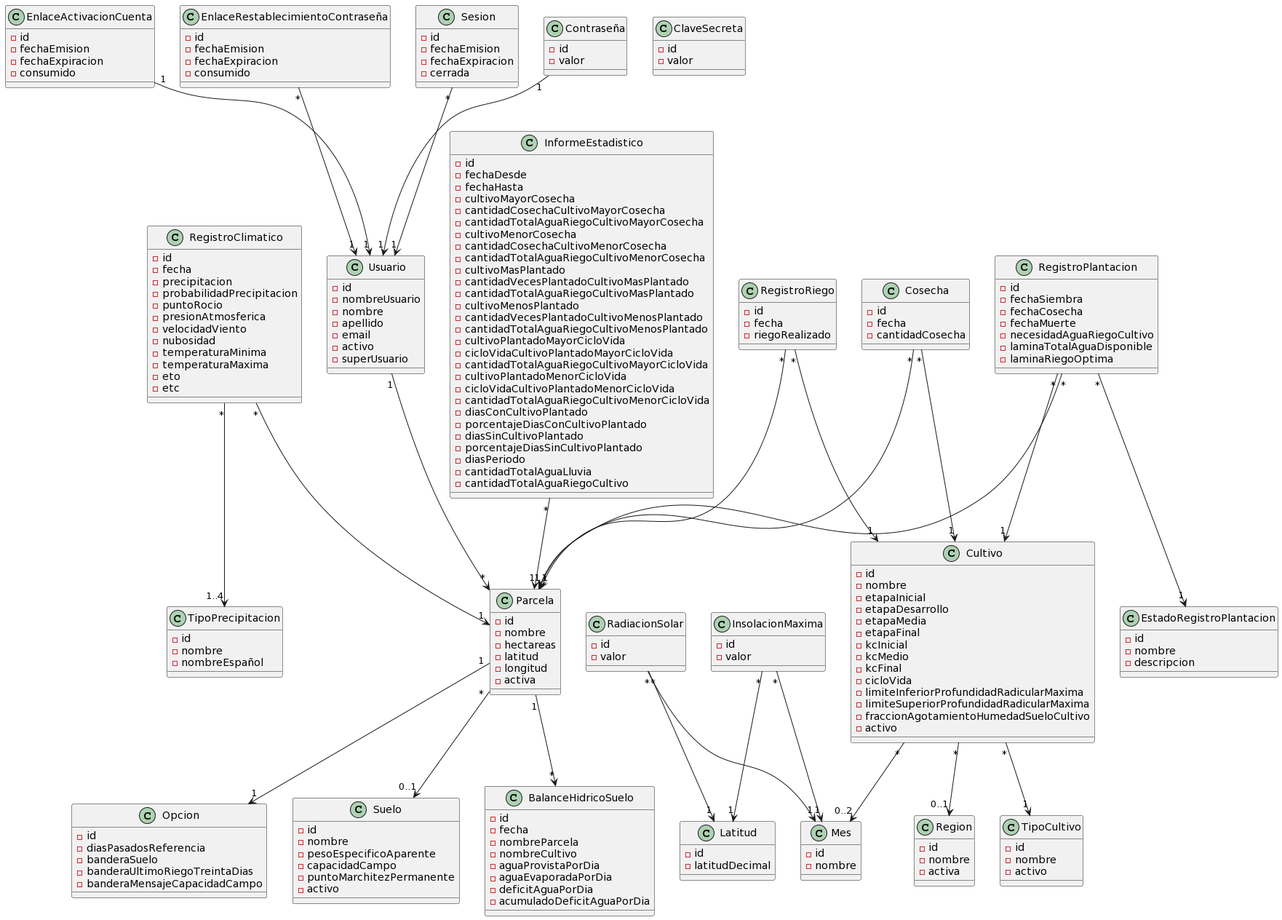
The PlantUML diagram docs/domain model/Modelo de dominio.png in facundopaez-dev/sistema-web-riego, before a commit.
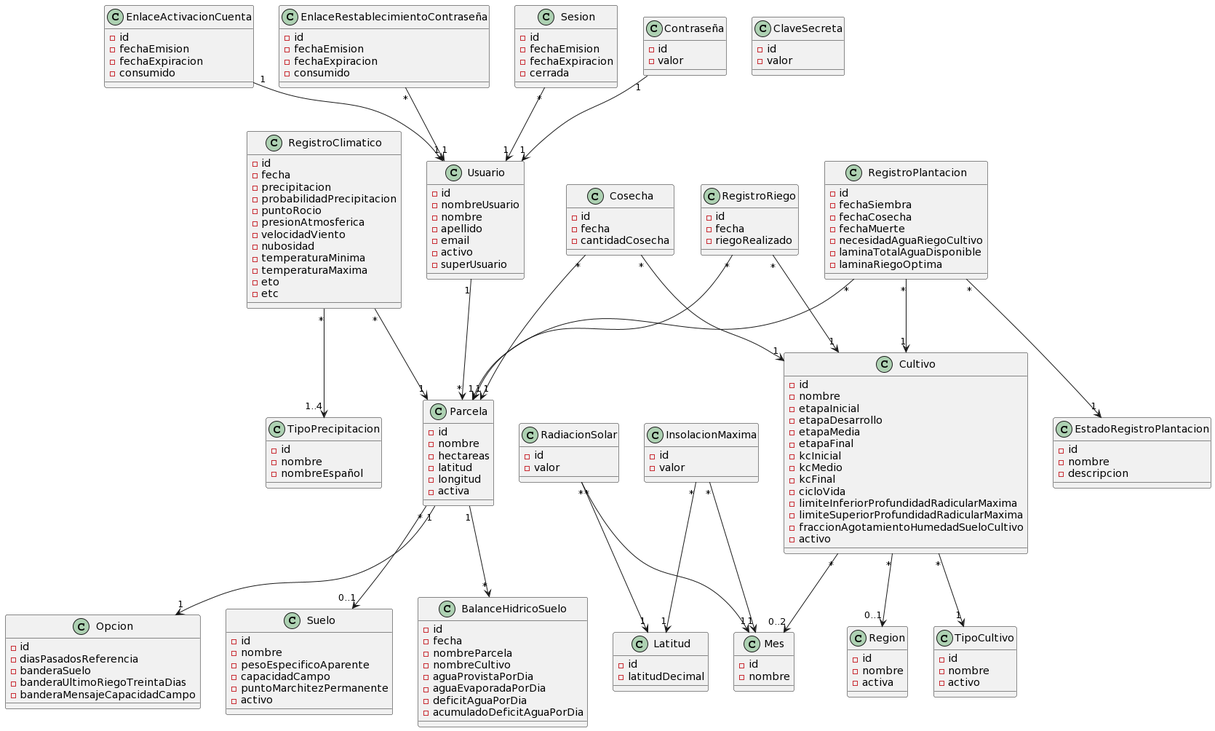
Later version of the same file.

Commit message:
Eliminación de la entidad del informe estadístico del modelo de dominio

Diff of the diagram source:
```diff
@@ -1,6 +1,5 @@
 @startuml
 Usuario "1"-->"*" Parcela
-InformeEstadistico "*"-->"1" Parcela
 RegistroClimatico "*"-->"1" Parcela
 RegistroClimatico "*"-->"1..4" TipoPrecipitacion
 RegistroRiego "*"-->"1" Parcela
@@ -38,37 +37,6 @@
 -id
 -fecha
 -cantidadCosecha
-}
-
-class InformeEstadistico {
--id
--fechaDesde
--fechaHasta
--cultivoMayorCosecha
--cantidadCosechaCultivoMayorCosecha
--cantidadTotalAguaRiegoCultivoMayorCosecha
--cultivoMenorCosecha
--cantidadCosechaCultivoMenorCosecha
--cantidadTotalAguaRiegoCultivoMenorCosecha
--cultivoMasPlantado
--cantidadVecesPlantadoCultivoMasPlantado
--cantidadTotalAguaRiegoCultivoMasPlantado
--cultivoMenosPlantado
--cantidadVecesPlantadoCultivoMenosPlantado
--cantidadTotalAguaRiegoCultivoMenosPlantado
--cultivoPlantadoMayorCicloVida
--cicloVidaCultivoPlantadoMayorCicloVida
--cantidadTotalAguaRiegoCultivoMayorCicloVida
--cultivoPlantadoMenorCicloVida
--cicloVidaCultivoPlantadoMenorCicloVida
--cantidadTotalAguaRiegoCultivoMenorCicloVida
--diasConCultivoPlantado
--porcentajeDiasConCultivoPlantado
--diasSinCultivoPlantado
--porcentajeDiasSinCultivoPlantado
--diasPeriodo
--cantidadTotalAguaLluvia
--cantidadTotalAguaRiegoCultivo
 }
 
 class Cultivo {
```
